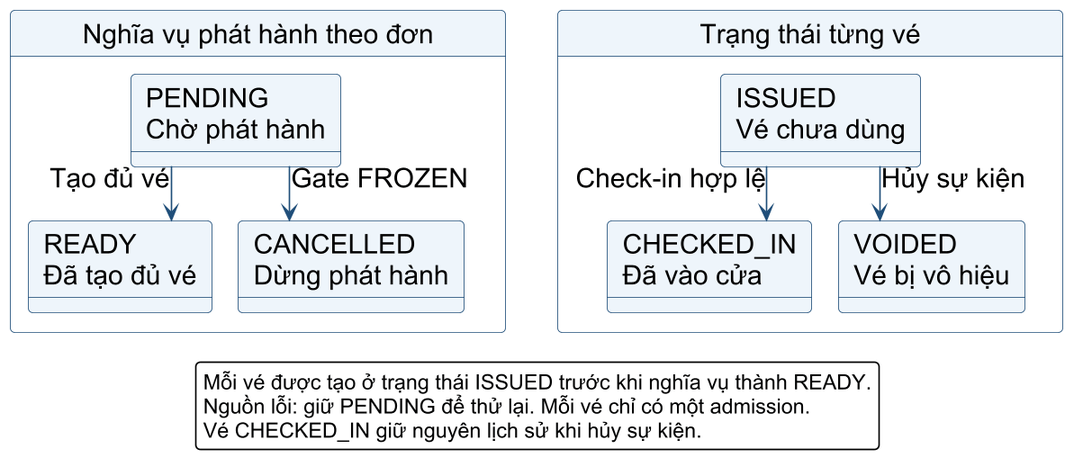
Before: docs/technical-system-assets/ticket-lifecycle.png, a diagram exported from PlantUML (longtt2512/EventTicketingPlatform).
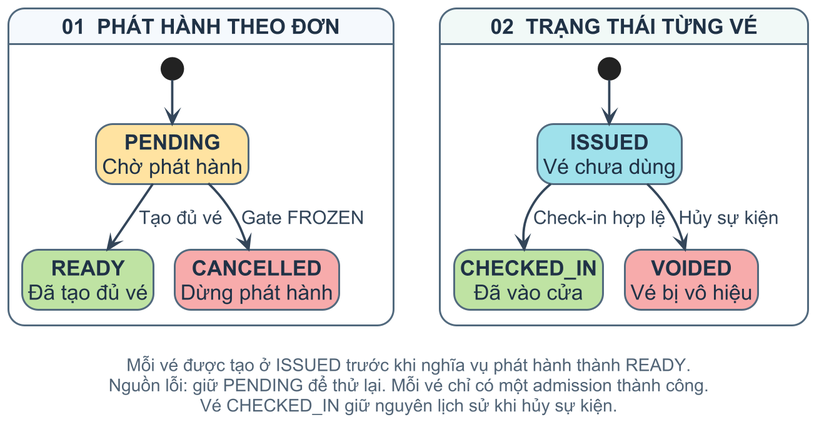
Above is the later version.

What changed in the source:
```diff
@@ -1,48 +1,27 @@
 @startuml
-skinparam backgroundColor white
-skinparam defaultFontName Arial
-skinparam defaultFontSize 18
-skinparam shadowing false
-skinparam roundcorner 6
-skinparam dpi 160
-skinparam ArrowColor #1F4E79
-skinparam LineColor #1F4E79
-skinparam RectangleBackgroundColor #EEF5FB
-skinparam RectangleBorderColor #1F4E79
-skinparam ComponentBackgroundColor #D9EAF7
-skinparam ComponentBorderColor #1F4E79
-skinparam DatabaseBackgroundColor #EEF5FB
-skinparam DatabaseBorderColor #1F4E79
-skinparam StateBackgroundColor #EEF5FB
-skinparam StateBorderColor #1F4E79
-skinparam ActivityBackgroundColor #EEF5FB
-skinparam ActivityBorderColor #1F4E79
-skinparam ActivityDiamondBackgroundColor #D9EAF7
-skinparam ActivityDiamondBorderColor #1F4E79
-skinparam NoteBackgroundColor #F4F4F4
-skinparam NoteBorderColor #708090
-skinparam packageStyle rectangle
-skinparam nodesep 35
-skinparam ranksep 60
-skinparam linetype ortho
-state "Nghĩa vụ phát hành theo đơn" as OB {
- state "PENDING\nChờ phát hành" as P
- state "READY\nĐã tạo đủ vé" as R
- state "CANCELLED\nDừng phát hành" as C
- P -down-> R : Tạo đủ vé
- P -down-> C : Gate FROZEN
+!include state-theme.iuml
+skinparam ranksep 50
+skinparam nodesep 40
+state "<b>01  PHÁT HÀNH THEO ĐƠN</b>" as OB #F5F8FC {
+  state "<b>PENDING</b>\nChờ phát hành" as P #FFE3A0
+  state "<b>READY</b>\nĐã tạo đủ vé" as R #BFE3A3
+  state "<b>CANCELLED</b>\nDừng phát hành" as C #F6ABAA
+  [*] -down-> P
+  P -down-> R : Tạo đủ vé
+  P -down-> C : Gate FROZEN
 }
-state "Trạng thái từng vé" as TK {
- state "ISSUED\nVé chưa dùng" as I
- state "CHECKED_IN\nĐã vào cửa" as CI
- state "VOIDED\nVé bị vô hiệu" as V
- I -down-> CI : Check-in hợp lệ
- I -down-> V : Hủy sự kiện
+state "<b>02  TRẠNG THÁI TỪNG VÉ</b>" as TK #F0F9F7 {
+  state "<b>ISSUED</b>\nVé chưa dùng" as I #9FE1EA
+  state "<b>CHECKED_IN</b>\nĐã vào cửa" as CI #BFE3A3
+  state "<b>VOIDED</b>\nVé bị vô hiệu" as V #F6ABAA
+  [*] -down-> I
+  I -down-> CI : Check-in hợp lệ
+  I -down-> V : Hủy sự kiện
 }
 OB -[hidden]right-> TK
 legend bottom
-Mỗi vé được tạo ở trạng thái ISSUED trước khi nghĩa vụ thành READY.
-Nguồn lỗi: giữ PENDING để thử lại. Mỗi vé chỉ có một admission.
+Mỗi vé được tạo ở ISSUED trước khi nghĩa vụ phát hành thành READY.
+Nguồn lỗi: giữ PENDING để thử lại. Mỗi vé chỉ có một admission thành công.
 Vé CHECKED_IN giữ nguyên lịch sử khi hủy sự kiện.
 endlegend
 @enduml
```
